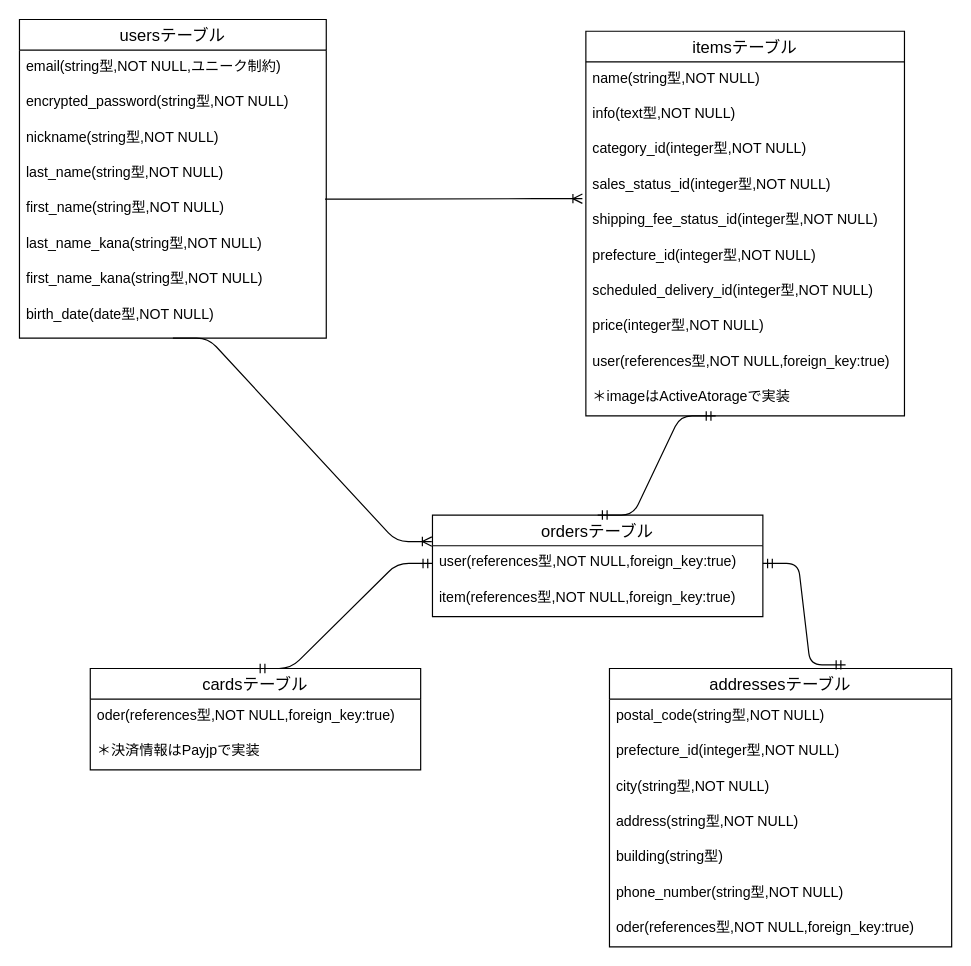
The draw.io diagram db.dio in sea-yassan33/furima-38357, before the edit. Source tidied: cells renumbered, new cells numbered last; positions are measured from the earlier drawing's top-left corner, leaving out a move shared by most shapes. Both pictures are drawn from the tidied source at 118%, with x=0, y=0 at pixel (19, 19).
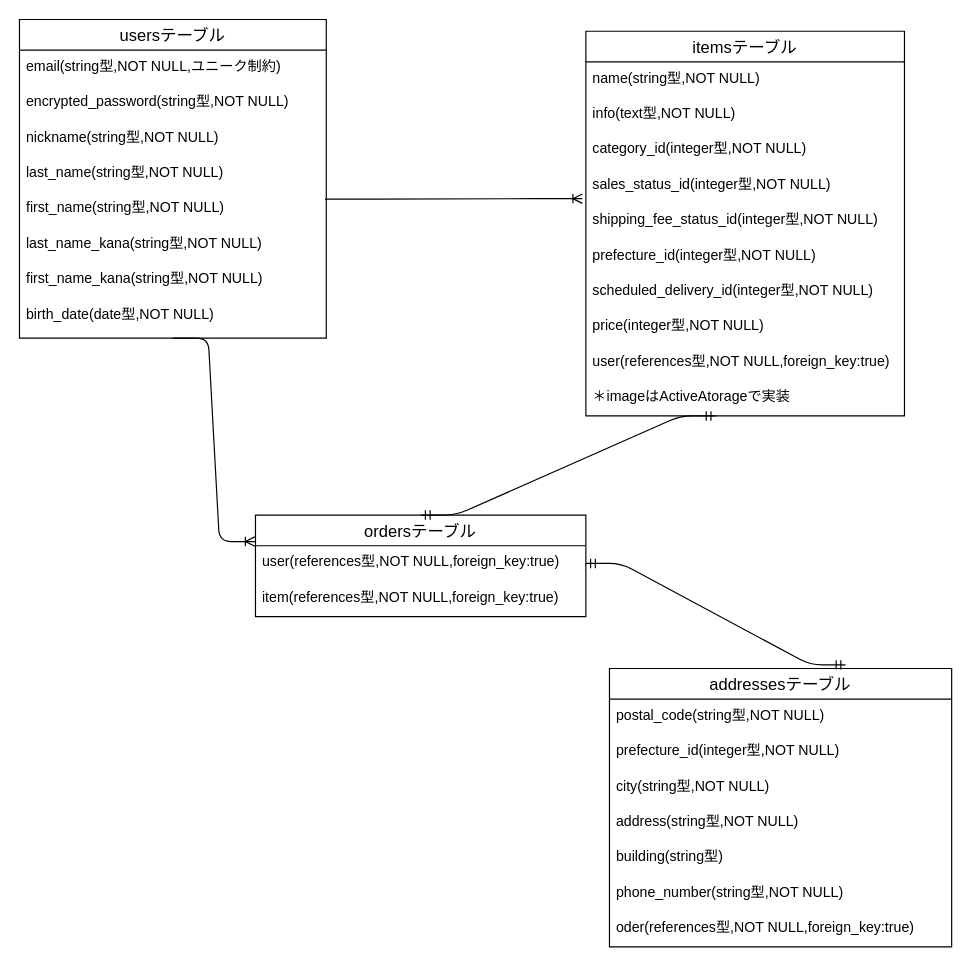
After the change.

Unchanged cells that the change refers to:
```xml
<mxCell id="23" value="user(references型,NOT NULL,foreign_key:true)" style="text;strokeColor=none;fillColor=none;spacingLeft=4;spacingRight=4;overflow=hidden;points=[[0,0.5],[1,0.5]];portConstraint=eastwest;fontSize=12;" parent="22" vertex="1">
  <mxGeometry y="26" width="280" height="30" as="geometry" />
</mxCell>
```

Change to the diagram source:
```diff
@@
     <mxCell id="22" value="ordersテーブル" style="swimlane;fontStyle=0;horizontal=1;startSize=26;align=center;fontSize=14;" parent="1" vertex="1">
-      <mxGeometry x="350" y="420" width="280" height="86" as="geometry" />
+      <mxGeometry x="200" y="420" width="280" height="86" as="geometry" />
     </mxCell>
@@
-    <mxCell id="37" value="cardsテーブル" style="swimlane;fontStyle=0;horizontal=1;startSize=26;align=center;fontSize=14;" parent="1" vertex="1">
-      <mxGeometry x="60" y="550" width="280" height="86" as="geometry" />
-    </mxCell>
-    <mxCell id="38" value="oder(references型,NOT NULL,foreign_key:true)" style="text;strokeColor=none;fillColor=none;spacingLeft=4;spacingRight=4;overflow=hidden;fontSize=12;" parent="37" vertex="1">
-      <mxGeometry y="26" width="280" height="30" as="geometry" />
-    </mxCell>
-    <mxCell id="39" value="＊決済情報はPayjpで実装" style="text;strokeColor=none;fillColor=none;spacingLeft=4;spacingRight=4;overflow=hidden;fontSize=12;" parent="37" vertex="1">
-      <mxGeometry y="56" width="280" height="30" as="geometry" />
-    </mxCell>
-    <mxCell id="40" style="edgeStyle=entityRelationEdgeStyle;fontSize=12;html=1;endArrow=ERmandOne;startArrow=ERmandOne;entryX=0;entryY=0.5;entryDx=0;entryDy=0;exitX=0.5;exitY=0;exitDx=0;exitDy=0;" parent="1" edge="1" source="37" target="23">
-      <mxGeometry relative="1" as="geometry" />
-    </mxCell>
```
